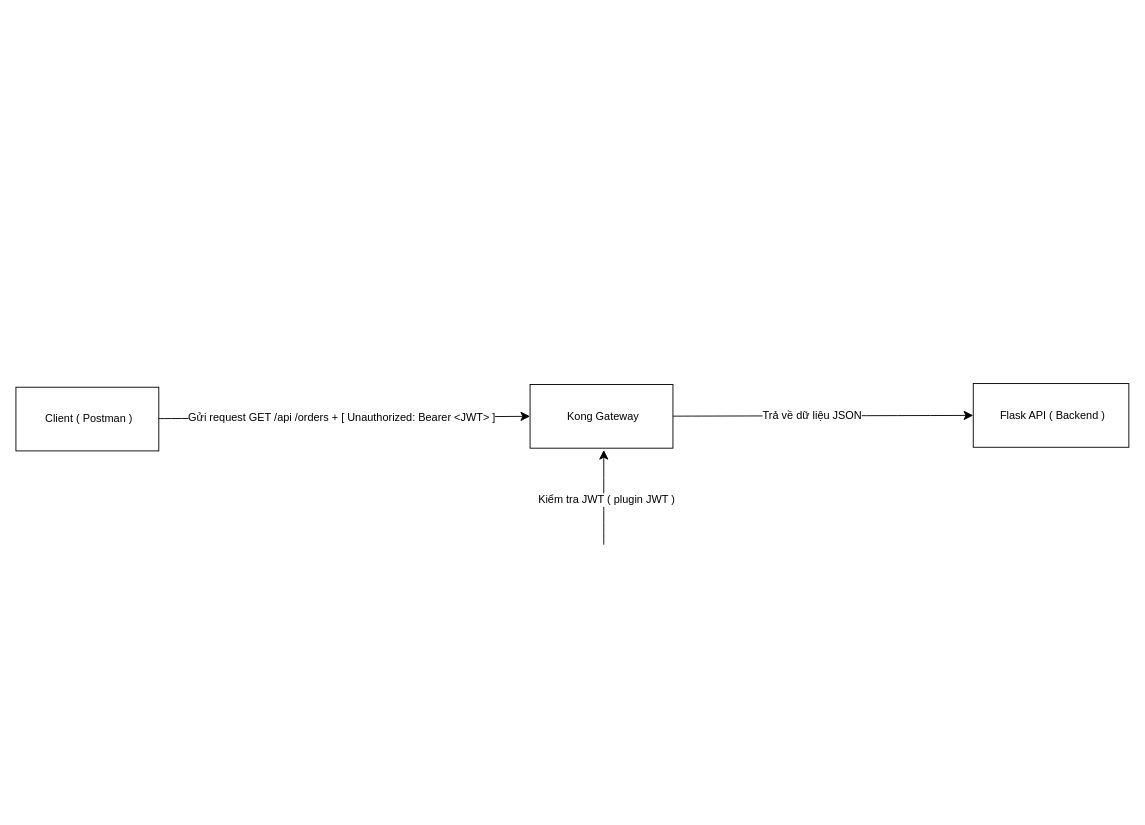
This is Lab1_Intergration.drawio from bobeo1607/test, a draw.io file, before an edit. Source tidied: cells renumbered, new cells numbered last; positions are measured from the earlier drawing's top-left corner, leaving out a move shared by most shapes. Both pictures are drawn from the tidied source at 91%, with x=0, y=0 at pixel (15, 383).
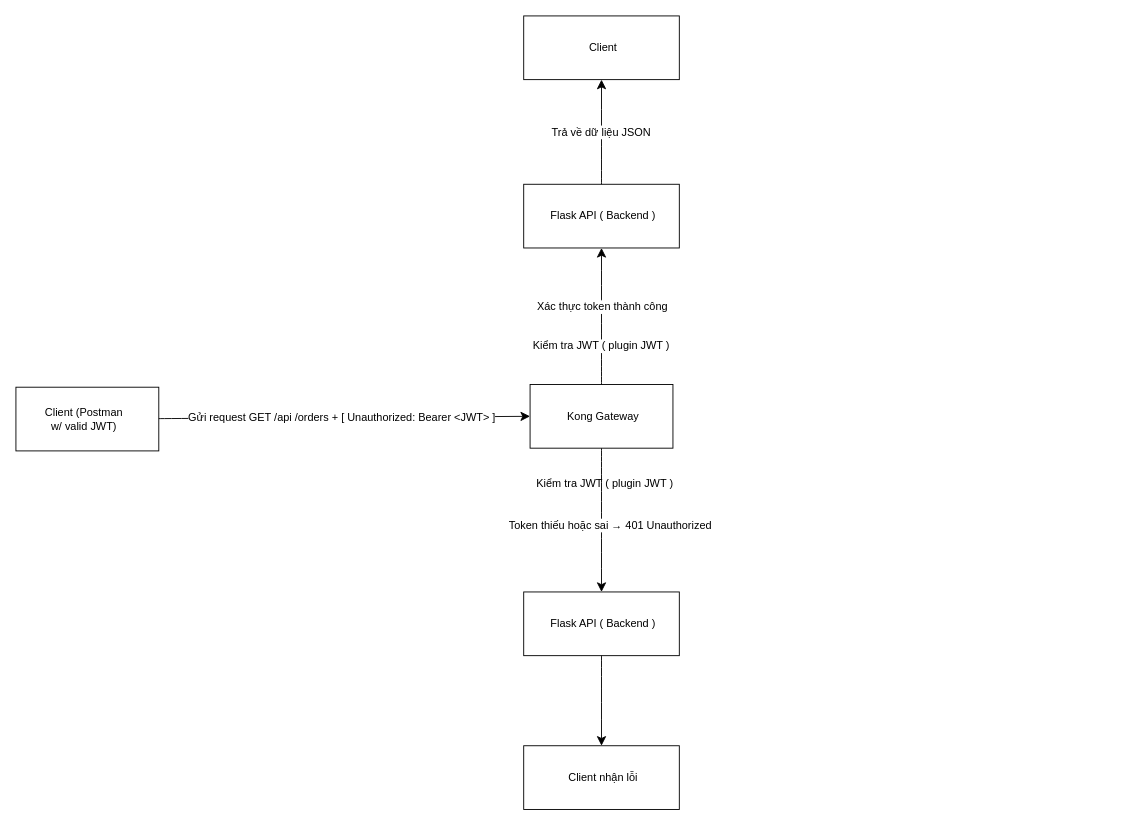
The same diagram, later.

Commit message (it also covers changes not shown here):
Cập nhật Lab1_Intergration.drawio

The change refers to these unchanged cells:
```xml
<mxCell id="6" style="rounded=0;whiteSpace=wrap;html=1;" parent="5" vertex="1">
  <mxGeometry width="157" height="70" as="geometry" />
</mxCell>
<mxCell id="11" style="rounded=0;whiteSpace=wrap;html=1;" parent="10" vertex="1">
  <mxGeometry width="171" height="70" as="geometry" />
</mxCell>
```

Change to the diagram source:
```diff
@@
     <mxCell id="2" style="group;" parent="1" vertex="1">
-      <mxGeometry y="4" width="157" height="70" as="geometry" />
+      <mxGeometry y="4" width="158" height="70" as="geometry" />
     </mxCell>
@@
-    <mxCell id="4" value="Client ( Postman )" style="text;html=1;align=center;verticalAlign=middle;whiteSpace=wrap;rounded=0;" parent="2" vertex="1">
-      <mxGeometry x="25" y="20" width="111" height="30" as="geometry" />
+    <mxCell id="4" value="Client (Postman w/ valid JWT)" style="text;html=1;align=center;verticalAlign=middle;whiteSpace=wrap;rounded=0;" parent="2" vertex="1">
+      <mxGeometry x="28" y="20" width="94" height="30" as="geometry" />
     </mxCell>
@@
     <mxCell id="10" style="group;" parent="1" vertex="1">
-      <mxGeometry x="1052" width="171" height="70" as="geometry" />
+      <mxGeometry x="558" y="-219" width="171" height="70" as="geometry" />
     </mxCell>
@@
-    <mxCell id="13" style="endArrow=classic;html=1;rounded=0;fontSize=12;startSize=8;endSize=8;curved=1;" parent="1" edge="1">
-      <mxGeometry relative="1" as="geometry">
-        <mxPoint x="646" y="177" as="sourcePoint" />
-        <mxPoint x="646" y="73" as="targetPoint" />
-      </mxGeometry>
-    </mxCell>
-    <mxCell id="14" value="Kiểm tra JWT ( plugin JWT )" style="edgeLabel;html=1;align=center;verticalAlign=middle;fontSize=12;" parent="13" vertex="1">
-      <mxGeometry x="-0.03" y="-2" relative="1" as="geometry" />
-    </mxCell>
-    <mxCell id="15" style="edgeStyle=none;curved=1;rounded=0;jettySize=auto;html=1;entryX=0;entryY=0.5;entryDx=0;entryDy=0;fontSize=12;startSize=8;endSize=8;" parent="1" edge="1" source="6" target="11">
+    <mxCell id="15" style="edgeStyle=none;curved=1;rounded=0;jettySize=auto;html=1;exitX=0.5;exitY=0;exitDx=0;exitDy=0;entryX=0.5;entryY=1;entryDx=0;entryDy=0;fontSize=12;startSize=8;endSize=8;" parent="1" edge="1" source="6" target="11">
       <mxGeometry relative="1" as="geometry" />
     </mxCell>
+    <mxCell id="17" value="Xác thực token thành công&amp;nbsp;" style="edgeLabel;html=1;align=center;verticalAlign=middle;fontSize=12;" parent="15" vertex="1">
+      <mxGeometry x="-0.5" y="-1" relative="1" as="geometry">
+        <mxPoint x="1" y="-48" as="offset" />
+      </mxGeometry>
+    </mxCell>
+    <mxCell id="18" value="Kiểm tra JWT ( plugin JWT )" style="edgeLabel;html=1;align=center;verticalAlign=middle;fontSize=12;" parent="15" vertex="1">
+      <mxGeometry x="-0.43" y="1" relative="1" as="geometry" />
+    </mxCell>
+    <mxCell id="19" value="Kiểm tra JWT ( plugin JWT )" style="edgeLabel;html=1;align=center;verticalAlign=middle;fontSize=12;" parent="15" vertex="1">
+      <mxGeometry x="-0.43" y="1" relative="1" as="geometry">
+        <mxPoint x="4" y="151" as="offset" />
+      </mxGeometry>
+    </mxCell>
+    <mxCell id="20" style="group;" parent="1" vertex="1">
+      <mxGeometry x="558" y="229" width="171" height="70" as="geometry" />
+    </mxCell>
+    <mxCell id="21" style="rounded=0;whiteSpace=wrap;html=1;" parent="20" vertex="1">
+      <mxGeometry width="171" height="70" as="geometry" />
+    </mxCell>
+    <mxCell id="22" value="Flask API ( Backend )" style="text;html=1;align=center;verticalAlign=middle;whiteSpace=wrap;rounded=0;" parent="20" vertex="1">
+      <mxGeometry x="27.2" y="20" width="120.9" height="30" as="geometry" />
+    </mxCell>
+    <mxCell id="23" style="edgeStyle=none;curved=1;rounded=0;jettySize=auto;html=1;fontSize=12;startSize=8;endSize=8;entryX=0.5;entryY=0;entryDx=0;entryDy=0;" parent="1" edge="1" source="6" target="21">
+      <mxGeometry relative="1" as="geometry" />
+    </mxCell>
+    <mxCell id="24" value="Token thiếu hoặc sai → 401 Unauthorized" style="edgeLabel;html=1;align=center;verticalAlign=middle;fontSize=12;" parent="23" vertex="1">
+      <mxGeometry x="-0.17" y="-3" relative="1" as="geometry">
+        <mxPoint x="12" y="18" as="offset" />
+      </mxGeometry>
+    </mxCell>
+    <mxCell id="25" style="group;" parent="1" vertex="1">
+      <mxGeometry x="558" y="-404" width="171" height="70" as="geometry" />
+    </mxCell>
+    <mxCell id="26" style="rounded=0;whiteSpace=wrap;html=1;" parent="25" vertex="1">
+      <mxGeometry width="171" height="70" as="geometry" />
+    </mxCell>
+    <mxCell id="27" value="Client" style="text;html=1;align=center;verticalAlign=middle;whiteSpace=wrap;rounded=0;" parent="25" vertex="1">
+      <mxGeometry x="27.2" y="20" width="120.9" height="30" as="geometry" />
+    </mxCell>
+    <mxCell id="28" style="edgeStyle=none;curved=1;rounded=0;jettySize=auto;html=1;exitX=0.5;exitY=0;exitDx=0;exitDy=0;entryX=0.5;entryY=1;entryDx=0;entryDy=0;fontSize=12;startSize=8;endSize=8;" parent="1" edge="1" source="11" target="26">
+      <mxGeometry relative="1" as="geometry" />
+    </mxCell>
-    <mxCell id="16" value="Trả về dữ liệu JSON" style="edgeLabel;html=1;align=center;verticalAlign=middle;fontSize=12;" parent="15" vertex="1">
-      <mxGeometry x="-0.07" y="1" relative="1" as="geometry" />
+    <mxCell id="16" value="Trả về dữ liệu JSON" style="edgeLabel;html=1;align=center;verticalAlign=middle;fontSize=12;" parent="28" vertex="1">
+      <mxGeometry x="0.01" y="1" relative="1" as="geometry" />
     </mxCell>
+    <mxCell id="29" style="group;" parent="1" vertex="1">
+      <mxGeometry x="558" y="398" width="171" height="70" as="geometry" />
+    </mxCell>
+    <mxCell id="30" style="rounded=0;whiteSpace=wrap;html=1;" parent="29" vertex="1">
+      <mxGeometry width="171" height="70" as="geometry" />
+    </mxCell>
+    <mxCell id="31" value="Client nhận lỗi" style="text;html=1;align=center;verticalAlign=middle;whiteSpace=wrap;rounded=0;" parent="29" vertex="1">
+      <mxGeometry x="27.2" y="20" width="120.9" height="30" as="geometry" />
+    </mxCell>
+    <mxCell id="32" style="edgeStyle=none;curved=1;rounded=0;jettySize=auto;html=1;entryX=0.5;entryY=0;entryDx=0;entryDy=0;fontSize=12;startSize=8;endSize=8;" parent="1" edge="1" source="21" target="30">
+      <mxGeometry relative="1" as="geometry" />
+    </mxCell>
```
